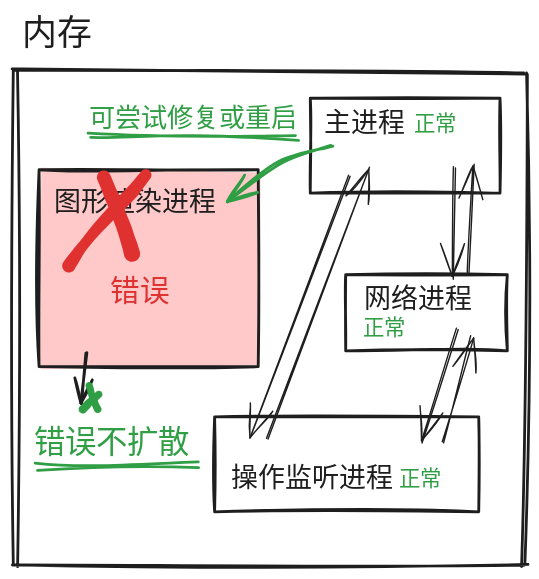
The Excalidraw diagram 前端相关/浏览器原理/images/ram-multiprocess-error.svg in Linho1219/LinhoNotes, before a commit. Source tidied: one line per element, renumbered; positions are measured from the earlier drawing's top-left corner, leaving out a move shared by most shapes.
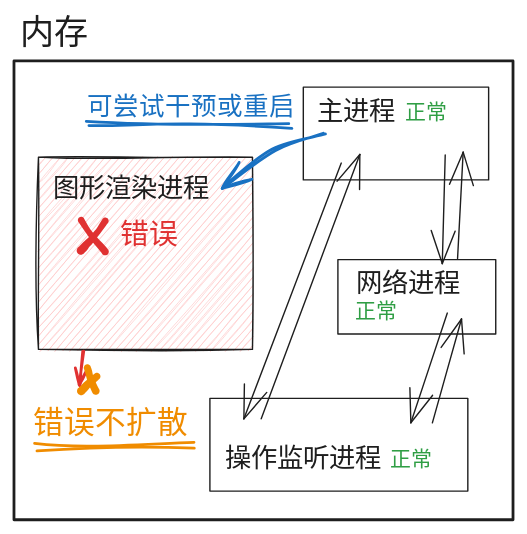
Later version of the same file.

Diff of the diagram source:
```diff
@@ -1,30 +1,30 @@
-{"id": 0, "type": "rectangle", "strokeColor": "#1e1e1e", "backgroundColor": "#ffc9c9", "fillStyle": "solid", "strokeWidth": 2, "roughness": 1, "x": 18, "y": 111, "width": 157, "height": 141}
+{"id": 0, "type": "rectangle", "strokeColor": "#1e1e1e", "backgroundColor": "#ffc9c9", "fillStyle": "hachure", "strokeWidth": 1, "roughness": 1, "x": 22, "y": 108, "width": 153, "height": 137}
-{"id": 1, "type": "rectangle", "strokeColor": "#1e1e1e", "strokeWidth": 2, "roughness": 2, "x": 0, "y": 41, "width": 365, "height": 353}
+{"id": 1, "type": "rectangle", "strokeColor": "#1e1e1e", "strokeWidth": 2, "roughness": 0, "x": 4, "y": 39, "width": 357, "height": 328}
-{"id": 2, "type": "text", "text": "内存", "strokeColor": "#1e1e1e", "strokeWidth": 4, "roughness": 2, "fontSize": 24.92, "fontFamily": 5, "textAlign": "center", "x": 6, "y": 0, "width": 50, "height": 31}
+{"id": 2, "type": "text", "text": "内存", "strokeColor": "#1e1e1e", "strokeWidth": 4, "roughness": 2, "fontSize": 24.37, "fontFamily": 5, "textAlign": "center", "x": 8, "y": 6, "width": 49, "height": 30}
-{"id": 3, "type": "rectangle", "strokeColor": "#1e1e1e", "strokeWidth": 2, "roughness": 1, "x": 212, "y": 60, "width": 136, "height": 68}
+{"id": 3, "type": "rectangle", "strokeColor": "#1e1e1e", "strokeWidth": 1, "roughness": 0, "x": 211, "y": 58, "width": 132, "height": 66}
-{"id": 4, "type": "text", "text": "主进程", "strokeColor": "#1e1e1e", "strokeWidth": 2, "roughness": 1, "fontSize": 19.26, "fontFamily": 5, "x": 222, "y": 67, "width": 58, "height": 24}
+{"id": 4, "type": "text", "text": "主进程", "strokeColor": "#1e1e1e", "strokeWidth": 2, "roughness": 1, "fontSize": 18.83, "fontFamily": 5, "x": 221, "y": 65, "width": 56, "height": 24}
-{"id": 5, "type": "text", "text": "图形渲染进程", "strokeColor": "#1e1e1e", "strokeWidth": 2, "roughness": 1, "fontSize": 19.26, "fontFamily": 5, "x": 29, "y": 123, "width": 116, "height": 24}
+{"id": 5, "type": "text", "text": "图形渲染进程", "strokeColor": "#1e1e1e", "strokeWidth": 2, "roughness": 1, "fontSize": 18.83, "fontFamily": 5, "x": 32, "y": 120, "width": 113, "height": 24}
-{"id": 6, "type": "text", "text": "网络进程", "strokeColor": "#1e1e1e", "strokeWidth": 2, "roughness": 1, "fontSize": 19.26, "fontFamily": 5, "x": 250, "y": 193, "width": 77, "height": 24}
+{"id": 6, "type": "text", "text": "网络进程", "strokeColor": "#1e1e1e", "strokeWidth": 2, "roughness": 1, "fontSize": 18.83, "fontFamily": 5, "x": 248, "y": 188, "width": 75, "height": 24}
-{"id": 7, "type": "rectangle", "strokeColor": "#1e1e1e", "strokeWidth": 2, "roughness": 1, "x": 237, "y": 186, "width": 115, "height": 54}
+{"id": 7, "type": "rectangle", "strokeColor": "#1e1e1e", "strokeWidth": 1, "roughness": 0, "x": 236, "y": 181, "width": 113, "height": 53}
-{"id": 8, "type": "rectangle", "strokeColor": "#1e1e1e", "strokeWidth": 2, "roughness": 1, "x": 143, "y": 288, "width": 189, "height": 68}
+{"id": 8, "type": "rectangle", "strokeColor": "#1e1e1e", "strokeWidth": 1, "roughness": 0, "x": 144, "y": 280, "width": 184, "height": 66}
-{"id": 9, "type": "text", "text": "操作监听进程", "strokeColor": "#1e1e1e", "strokeWidth": 2, "roughness": 1, "fontSize": 19.26, "fontFamily": 5, "x": 155, "y": 320, "width": 116, "height": 24}
+{"id": 9, "type": "text", "text": "操作监听进程", "strokeColor": "#1e1e1e", "strokeWidth": 2, "roughness": 1, "fontSize": 18.83, "fontFamily": 5, "x": 155, "y": 313, "width": 113, "height": 24}
-{"id": 10, "type": "arrow", "strokeColor": "#1e1e1e", "strokeWidth": 1, "roughness": 1, "endArrowhead": "arrow", "round": true, "to": 7, "x": 315, "y": 110, "width": 2, "height": 79, "points": [[0, 0], [-2, 79]]}
+{"id": 10, "type": "arrow", "strokeColor": "#1e1e1e", "strokeWidth": 1, "roughness": 0, "endArrowhead": "arrow", "round": true, "to": 7, "x": 312, "y": 106, "width": 2, "height": 78, "points": [[0, 0], [-2, 78]]}
-{"id": 11, "type": "arrow", "strokeColor": "#1e1e1e", "strokeWidth": 1, "roughness": 1, "endArrowhead": "arrow", "round": true, "from": 7, "x": 324, "y": 185, "width": 4, "height": 78, "points": [[0, 0], [4, -78]]}
+{"id": 11, "type": "arrow", "strokeColor": "#1e1e1e", "strokeWidth": 1, "roughness": 0, "endArrowhead": "arrow", "round": true, "from": 7, "x": 321, "y": 181, "width": 4, "height": 76, "points": [[0, 0], [4, -76]]}
-{"id": 12, "type": "arrow", "strokeColor": "#1e1e1e", "strokeWidth": 1, "roughness": 1, "endArrowhead": "arrow", "round": true, "from": 7, "x": 317, "y": 225, "width": 27, "height": 80, "points": [[0, 0], [-27, 80]]}
+{"id": 12, "type": "arrow", "strokeColor": "#1e1e1e", "strokeWidth": 1, "roughness": 0, "endArrowhead": "arrow", "round": true, "from": 7, "x": 314, "y": 219, "width": 26, "height": 78, "points": [[0, 0], [-26, 78]]}
-{"id": 13, "type": "arrow", "strokeColor": "#1e1e1e", "strokeWidth": 1, "roughness": 1, "endArrowhead": "arrow", "round": true, "to": 7, "x": 306, "y": 305, "width": 21, "height": 76, "points": [[0, 0], [21, -76]]}
+{"id": 13, "type": "arrow", "strokeColor": "#1e1e1e", "strokeWidth": 1, "roughness": 0, "endArrowhead": "arrow", "round": true, "to": 7, "x": 303, "y": 298, "width": 21, "height": 74, "points": [[0, 0], [21, -74]]}
-{"id": 14, "type": "arrow", "strokeColor": "#1e1e1e", "strokeWidth": 1, "roughness": 1, "endArrowhead": "arrow", "round": true, "from": 8, "x": 181, "y": 303, "width": 72, "height": 193, "points": [[0, 0], [72, -193]]}
+{"id": 14, "type": "arrow", "strokeColor": "#1e1e1e", "strokeWidth": 1, "roughness": 0, "endArrowhead": "arrow", "round": true, "x": 181, "y": 295, "width": 71, "height": 189, "points": [[0, 0], [71, -189]]}
-{"id": 15, "type": "arrow", "strokeColor": "#1e1e1e", "strokeWidth": 1, "roughness": 1, "endArrowhead": "arrow", "round": true, "from": 3, "to": 8, "x": 239, "y": 115, "width": 71, "height": 187, "points": [[0, 0], [-71, 187]]}
+{"id": 15, "type": "arrow", "strokeColor": "#1e1e1e", "strokeWidth": 1, "roughness": 0, "endArrowhead": "arrow", "round": true, "from": 3, "x": 238, "y": 112, "width": 70, "height": 183, "points": [[0, 0], [-70, 183]]}
-{"id": 16, "type": "freedraw", "strokeColor": "#e03131", "strokeWidth": 2, "roughness": 1, "x": 64, "y": 117, "width": 20, "height": 55, "points": [[0, 0], [2, 3], [3, 6], [4, 10], [5, 13], [7, 18], [10, 24], [11, 28], [13, 33], [15, 37], [16, 41], [18, 47], [18, 48], [19, 50], [19, 51], [19, 53], [20, 54], [20, 54], [20, 54], [20, 55], [20, 55]]}
-{"id": 17, "type": "freedraw", "strokeColor": "#e03131", "strokeWidth": 2, "roughness": 1, "x": 94, "y": 115, "width": 55, "height": 65, "points": [[0, 0], [-2, 3], [-7, 9], [-9, 11], [-12, 15], [-16, 19], [-21, 24], [-26, 29], [-32, 35], [-37, 40], [-45, 50], [-48, 55], [-50, 57], [-52, 61], [-53, 62], [-54, 64], [-55, 64], [-55, 65], [-55, 65], [-55, 65]]}
-{"id": 18, "type": "text", "text": "错误", "strokeColor": "#e03131", "strokeWidth": 2, "roughness": 1, "fontSize": 21.15, "fontFamily": 5, "x": 68, "y": 186, "width": 42, "height": 26}
+{"id": 18, "type": "text", "text": "错误", "strokeColor": "#e03131", "strokeWidth": 2, "roughness": 1, "fontSize": 20.68, "fontFamily": 5, "x": 80, "y": 152, "width": 41, "height": 26}
-{"id": 19, "type": "arrow", "strokeColor": "#1e1e1e", "strokeWidth": 2, "roughness": 1, "endArrowhead": "arrow", "round": true, "from": 0, "to": 22, "x": 52, "y": 242, "width": 3, "height": 37, "points": [[0, 0], [-3, 37]]}
+{"id": 19, "type": "arrow", "strokeColor": "#e03131", "strokeWidth": 2, "roughness": 1, "endArrowhead": "arrow", "round": true, "from": 0, "to": 22, "x": 54, "y": 247, "width": 2, "height": 25, "points": [[0, 0], [-2, 25]]}
-{"id": 20, "type": "freedraw", "strokeColor": "#2f9e44", "strokeWidth": 1, "roughness": 1, "x": 54, "y": 265, "width": 6, "height": 17, "points": [[0, 0], [1, 1], [1, 2], [2, 5], [2, 8], [3, 11], [3, 12], [5, 13], [5, 15], [6, 16], [6, 17], [6, 17], [6, 17], [6, 17]]}
+{"id": 20, "type": "freedraw", "strokeColor": "#f08c00", "strokeWidth": 1, "roughness": 1, "x": 57, "y": 259, "width": 6, "height": 17, "points": [[0, 0], [1, 1], [1, 2], [2, 5], [2, 8], [3, 11], [3, 12], [4, 13], [5, 15], [5, 15], [6, 16], [6, 16], [6, 17], [6, 17]]}
-{"id": 21, "type": "freedraw", "strokeColor": "#2f9e44", "strokeWidth": 1, "roughness": 1, "x": 61, "y": 271, "width": 11, "height": 11, "points": [[0, 0], [0, 0], [-1, 1], [-2, 2], [-3, 3], [-5, 4], [-7, 6], [-8, 6], [-8, 7], [-9, 7], [-9, 8], [-9, 8], [-9, 9], [-10, 9], [-10, 9], [-11, 10], [-11, 10], [-11, 10], [-11, 10], [-11, 11], [-11, 11]]}
+{"id": 21, "type": "freedraw", "strokeColor": "#f08c00", "strokeWidth": 1, "roughness": 1, "x": 63, "y": 265, "width": 11, "height": 11, "points": [[0, 0], [0, 0], [-1, 1], [-2, 2], [-3, 3], [-5, 4], [-7, 6], [-7, 6], [-8, 7], [-9, 7], [-9, 8], [-9, 8], [-9, 9], [-10, 9], [-10, 9], [-11, 10], [-11, 10], [-11, 10], [-11, 10], [-11, 11], [-11, 11]]}
-{"id": 22, "type": "text", "text": "错误不扩散", "strokeColor": "#2f9e44", "strokeWidth": 1, "roughness": 1, "fontSize": 22.44, "fontFamily": 5, "x": 14, "y": 293, "width": 112, "height": 28}
+{"id": 22, "type": "text", "text": "错误不扩散", "strokeColor": "#f08c00", "strokeWidth": 1, "roughness": 1, "fontSize": 21.93, "fontFamily": 5, "x": 18, "y": 286, "width": 110, "height": 27}
-{"id": 23, "type": "arrow", "strokeColor": "#2f9e44", "backgroundColor": "#ffc9c9", "fillStyle": "solid", "strokeWidth": 2, "roughness": 1, "endArrowhead": "arrow", "round": true, "from": 4, "to": 5, "x": 228, "y": 93, "width": 74, "height": 40, "points": [[0, 0], [-38, 13], [-74, 40]]}
+{"id": 23, "type": "arrow", "strokeColor": "#1971c2", "backgroundColor": "#ffc9c9", "fillStyle": "solid", "strokeWidth": 2, "roughness": 1, "endArrowhead": "arrow", "round": true, "from": 4, "to": 5, "x": 227, "y": 90, "width": 73, "height": 39, "points": [[0, 0], [-37, 12], [-73, 39]]}
-{"id": 24, "type": "text", "text": "正常", "strokeColor": "#2f9e44", "backgroundColor": "#ffc9c9", "fillStyle": "solid", "strokeWidth": 2, "roughness": 1, "fontSize": 15.31, "fontFamily": 5, "x": 286, "y": 70, "width": 31, "height": 19}
+{"id": 24, "type": "text", "text": "正常", "strokeColor": "#2f9e44", "backgroundColor": "#ffc9c9", "fillStyle": "solid", "strokeWidth": 2, "roughness": 1, "fontSize": 14.97, "fontFamily": 5, "x": 284, "y": 68, "width": 30, "height": 19}
-{"id": 25, "type": "text", "text": "正常", "strokeColor": "#2f9e44", "backgroundColor": "#ffc9c9", "fillStyle": "solid", "strokeWidth": 2, "roughness": 1, "fontSize": 15.31, "fontFamily": 5, "x": 249, "y": 215, "width": 31, "height": 19}
+{"id": 25, "type": "text", "text": "正常", "strokeColor": "#2f9e44", "backgroundColor": "#ffc9c9", "fillStyle": "solid", "strokeWidth": 2, "roughness": 1, "fontSize": 14.97, "fontFamily": 5, "x": 248, "y": 210, "width": 30, "height": 19}
-{"id": 26, "type": "text", "text": "正常", "strokeColor": "#2f9e44", "backgroundColor": "#ffc9c9", "fillStyle": "solid", "strokeWidth": 2, "roughness": 1, "fontSize": 15.31, "fontFamily": 5, "x": 275, "y": 324, "width": 31, "height": 19}
+{"id": 26, "type": "text", "text": "正常", "strokeColor": "#2f9e44", "backgroundColor": "#ffc9c9", "fillStyle": "solid", "strokeWidth": 2, "roughness": 1, "fontSize": 14.97, "fontFamily": 5, "x": 273, "y": 316, "width": 30, "height": 19}
-{"id": 27, "type": "text", "text": "可尝试修复或重启", "strokeColor": "#2f9e44", "backgroundColor": "#ffc9c9", "fillStyle": "solid", "strokeWidth": 2, "roughness": 1, "fontSize": 18.69, "fontFamily": 5, "x": 53, "y": 64, "width": 149, "height": 23}
+{"id": 27, "type": "text", "text": "可尝试干预或重启", "strokeColor": "#1971c2", "backgroundColor": "#ffc9c9", "fillStyle": "solid", "strokeWidth": 2, "roughness": 1, "fontSize": 18.27, "fontFamily": 5, "x": 56, "y": 62, "width": 146, "height": 23}
-{"id": 28, "type": "line", "strokeColor": "#2f9e44", "backgroundColor": "#ffc9c9", "fillStyle": "solid", "strokeWidth": 2, "roughness": 2, "x": 16, "y": 322, "width": 114, "height": 2, "points": [[0, 0], [114, -2]]}
+{"id": 28, "type": "line", "strokeColor": "#f08c00", "backgroundColor": "#ffc9c9", "fillStyle": "solid", "strokeWidth": 2, "roughness": 2, "x": 20, "y": 314, "width": 112, "height": 2, "points": [[0, 0], [112, -2]]}
-{"id": 29, "type": "line", "strokeColor": "#2f9e44", "backgroundColor": "#ffc9c9", "fillStyle": "solid", "strokeWidth": 2, "roughness": 2, "x": 54, "y": 87, "width": 149, "height": 1, "points": [[0, 0], [149, 1]]}
+{"id": 29, "type": "line", "strokeColor": "#1971c2", "backgroundColor": "#ffc9c9", "fillStyle": "solid", "strokeWidth": 2, "roughness": 2, "x": 57, "y": 84, "width": 145, "height": 1, "points": [[0, 0], [145, 1]]}
+{"id": 30, "type": "freedraw", "strokeColor": "#e03131", "strokeWidth": 1, "strokeStyle": "dashed", "roughness": 1, "x": 52, "y": 153, "width": 17, "height": 23, "points": [[0, 0], [5, 8], [6, 10], [8, 12], [9, 14], [11, 15], [12, 17], [14, 19], [15, 20], [16, 20], [16, 21], [16, 21], [16, 22], [17, 22], [17, 22], [17, 22], [17, 23], [17, 23]]}
+{"id": 31, "type": "freedraw", "strokeColor": "#e03131", "strokeWidth": 1, "strokeStyle": "dashed", "roughness": 1, "x": 69, "y": 154, "width": 17, "height": 21, "points": [[0, 0], [-2, 4], [-5, 7], [-6, 9], [-8, 11], [-9, 13], [-11, 14], [-12, 15], [-12, 16], [-13, 17], [-14, 17], [-14, 17], [-14, 18], [-14, 18], [-14, 18], [-14, 19], [-15, 19], [-15, 19], [-16, 19], [-16, 19], [-16, 20], [-16, 20], [-16, 20], [-16, 20], [-16, 20], [-17, 20], [-17, 20], [-17, 21], [-17, 21], [-17, 21], [-17, 21]]}
```
